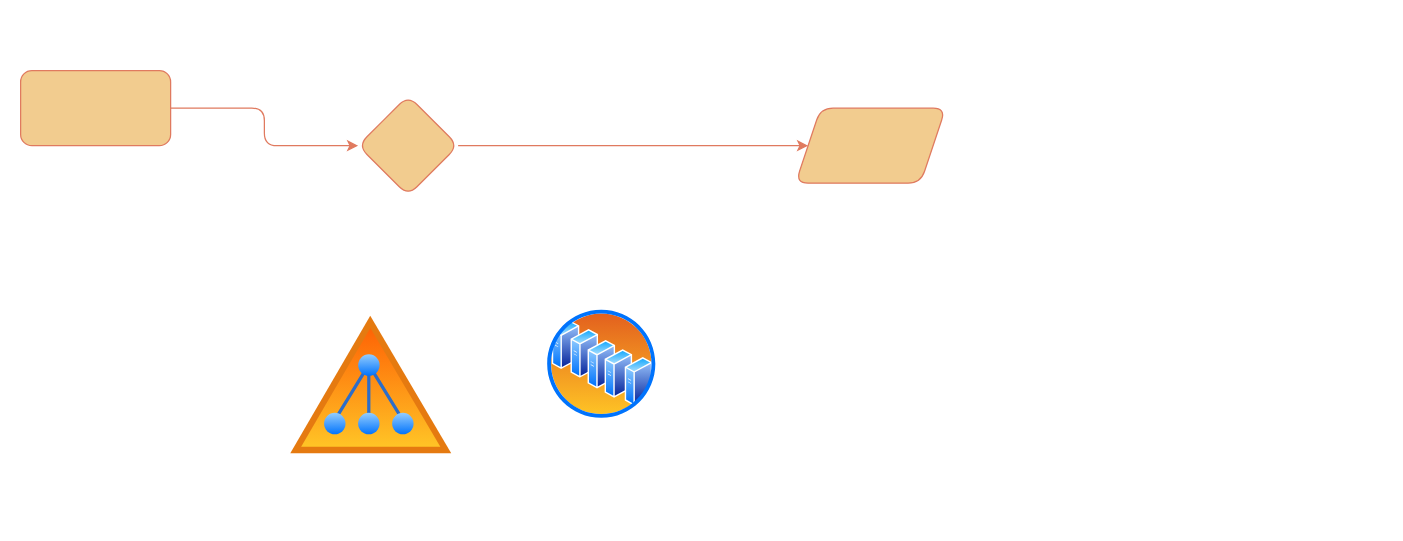
Before: page "第 1 页" (1 of 2) of 未命名绘图.drawio in Eiji1422/diagrams, a draw.io diagram. Source tidied: cells renumbered, new cells numbered last; positions are measured from the earlier drawing's top-left corner, leaving out a move shared by most shapes. Both pictures are drawn from the tidied source at 125%, with x=0, y=0 at pixel (20, 70).
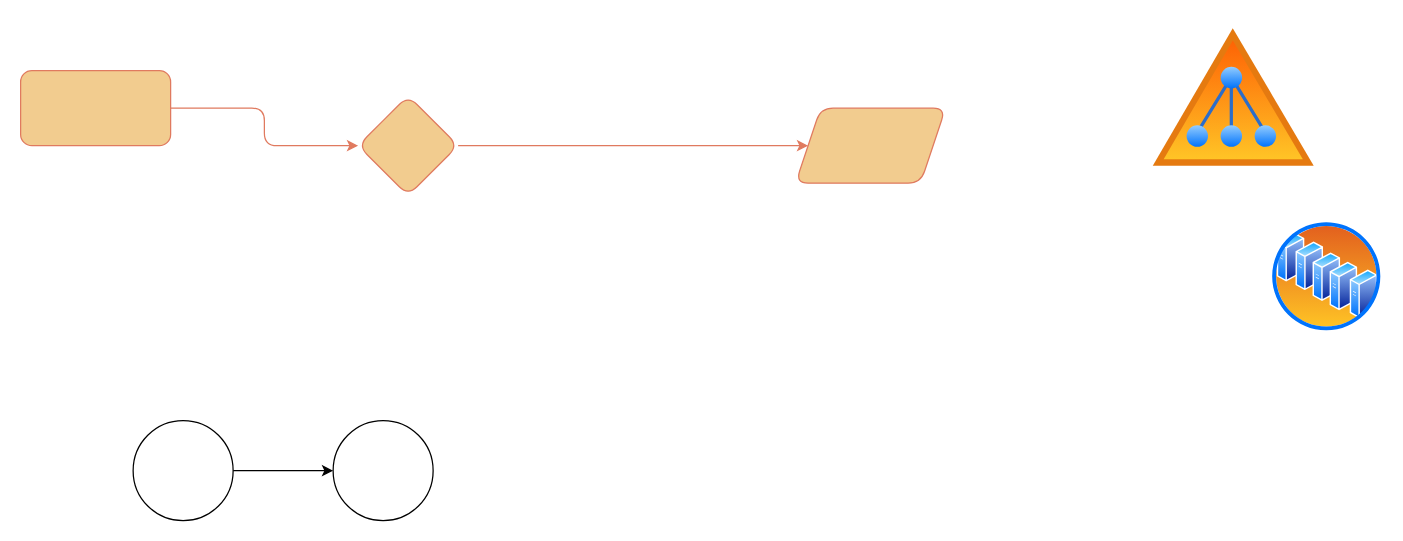
The same page after the edit.

Commit message:
更新未命名绘图.drawio

The edit, as a diff of the source:
```diff
@@
 <mxGraphModel>
   <root>
     <mxCell id="0" />
     <mxCell id="1" parent="0" />
     <mxCell id="2" style="edgeStyle=orthogonalEdgeStyle;rounded=1;hachureGap=4;jettySize=auto;html=1;fontFamily=Architects Daughter;labelBackgroundColor=none;fontColor=default;strokeColor=#E07A5F;flowAnimation=1;shadow=0;" parent="1" edge="1" source="5" target="6">
       <mxGeometry relative="1" as="geometry" />
     </mxCell>
     <mxCell id="3" style="edgeStyle=orthogonalEdgeStyle;rounded=1;hachureGap=4;jettySize=auto;html=1;fontFamily=Architects Daughter;labelBackgroundColor=none;fontColor=default;strokeColor=#E07A5F;flowAnimation=1;" parent="1" edge="1" source="4" target="5">
       <mxGeometry relative="1" as="geometry" />
     </mxCell>
     <mxCell id="4" style="rounded=1;whiteSpace=wrap;html=1;hachureGap=4;fontFamily=Architects Daughter;labelBackgroundColor=none;fillColor=#F2CC8F;strokeColor=#E07A5F;fontColor=#393C56;" parent="1" vertex="1">
       <mxGeometry width="120" height="60" as="geometry" />
     </mxCell>
     <mxCell id="5" style="rhombus;whiteSpace=wrap;html=1;fontFamily=Architects Daughter;rounded=1;hachureGap=4;labelBackgroundColor=none;fillColor=#F2CC8F;strokeColor=#E07A5F;fontColor=#393C56;" parent="1" vertex="1">
       <mxGeometry x="270" y="20" width="80" height="80" as="geometry" />
     </mxCell>
     <mxCell id="6" style="shape=parallelogram;perimeter=parallelogramPerimeter;whiteSpace=wrap;html=1;fixedSize=1;fontFamily=Architects Daughter;rounded=1;hachureGap=4;labelBackgroundColor=none;fillColor=#F2CC8F;strokeColor=#E07A5F;fontColor=#393C56;noLabel=0;direction=west;portConstraintRotation=0;fixDash=0;enumerate=0;comic=0;" parent="1" vertex="1">
       <mxGeometry x="620" y="30" width="120" height="60" as="geometry" />
     </mxCell>
     <mxCell id="7" style="image;perimeter=ellipsePerimeter;html=1;align=center;shadow=0;dashed=0;spacingTop=3;image=img/lib/active_directory/active_directory.svg;noLabel=0;" parent="1" vertex="1">
-      <mxGeometry x="210" y="190" width="141.2" height="120" as="geometry" />
+      <mxGeometry x="900" y="-40" width="141.2" height="120" as="geometry" />
     </mxCell>
     <mxCell id="8" style="image;perimeter=ellipsePerimeter;html=1;align=center;shadow=0;dashed=0;spacingTop=3;image=img/lib/active_directory/server_farm.svg;" parent="1" vertex="1">
-      <mxGeometry x="420" y="190" width="90" height="90" as="geometry" />
+      <mxGeometry x="1000" y="120" width="90" height="90" as="geometry" />
     </mxCell>
+    <mxCell id="9" style="edgeStyle=orthogonalEdgeStyle;rounded=0;jettySize=auto;html=1;" parent="1" edge="1" source="10" target="11">
+      <mxGeometry relative="1" as="geometry" />
+    </mxCell>
+    <mxCell id="10" style="ellipse;whiteSpace=wrap;html=1;hachureGap=4;fontFamily=Architects Daughter;" parent="1" vertex="1">
+      <mxGeometry x="90" y="280" width="80" height="80" as="geometry" />
+    </mxCell>
+    <mxCell id="11" style="ellipse;whiteSpace=wrap;html=1;hachureGap=4;fontFamily=Architects Daughter;" parent="1" vertex="1">
+      <mxGeometry x="250" y="280" width="80" height="80" as="geometry" />
+    </mxCell>
   </root>
 </mxGraphModel>
```
